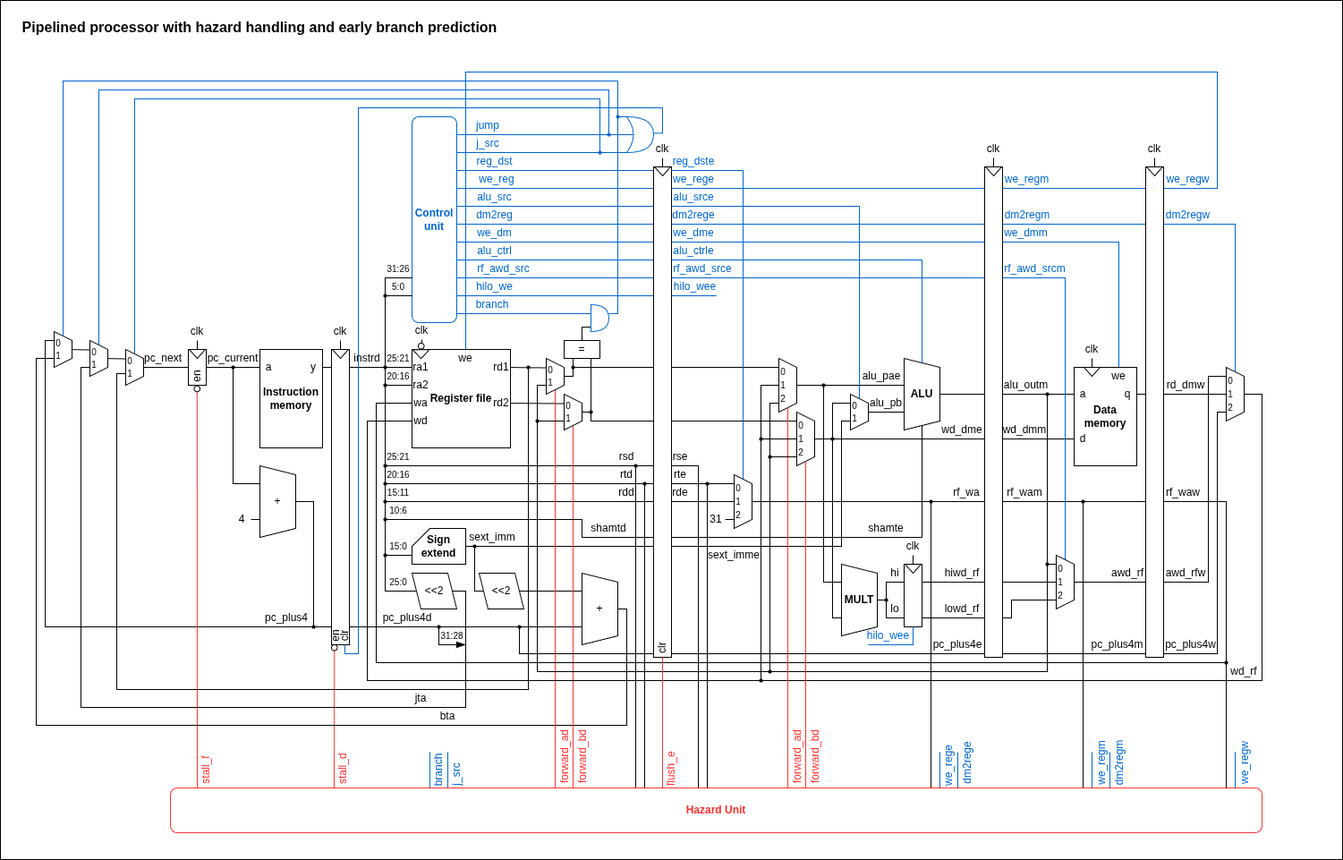
ahmadgaz/mips-processor keeps this draw.io diagram as doc/diagrams/07-hld.png. Above is the earlier version. Source tidied: cells renumbered, new cells last; positions are measured from the earlier drawing's top-left corner, leaving out a move shared by most shapes.
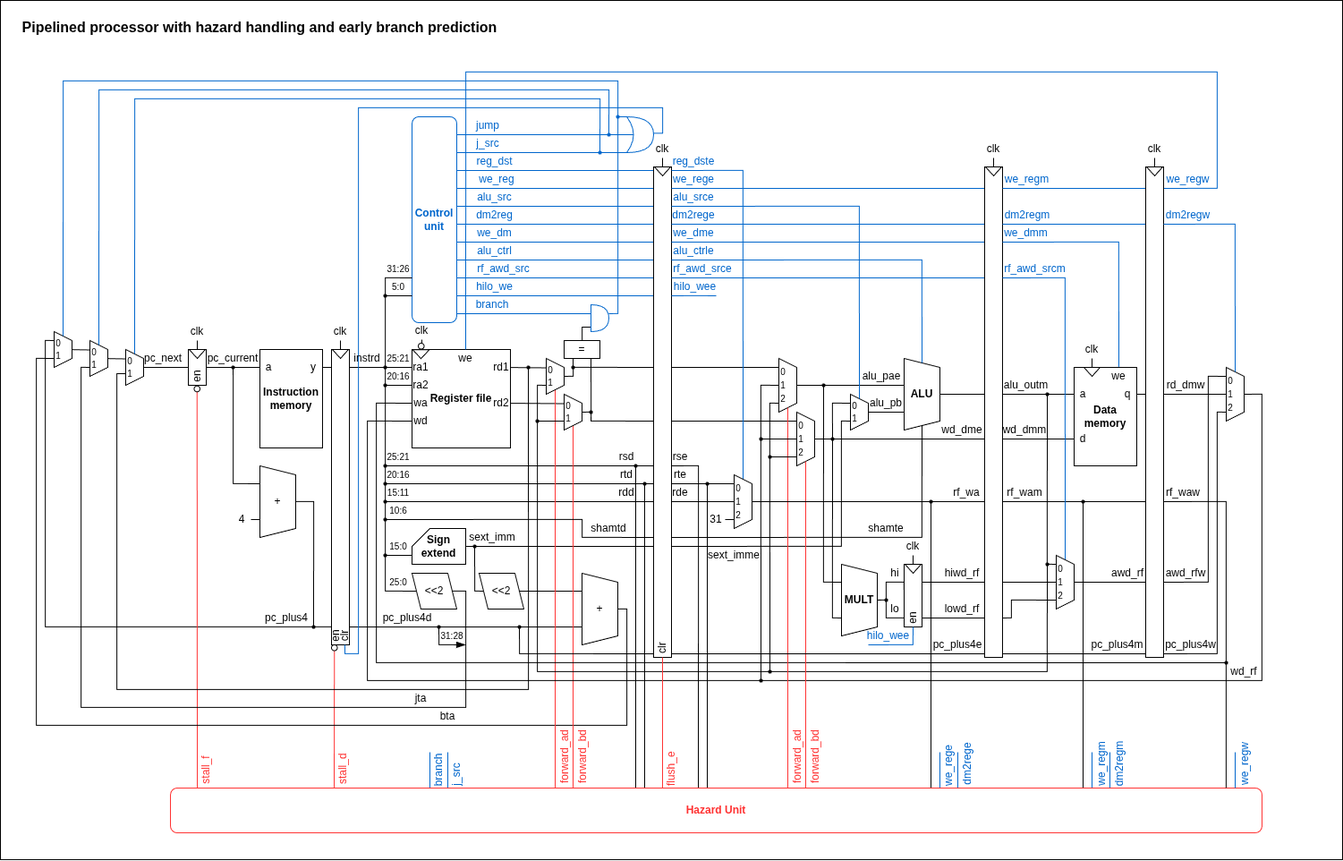
The same diagram one commit later.

Diff of the diagram source:
```diff
@@ -1580,5 +1580,8 @@
     <mxCell id="371" value="rd_dmw" style="text;html=1;align=center;verticalAlign=middle;whiteSpace=wrap;rounded=0;" parent="2" vertex="1">
       <mxGeometry x="1300" y="420" width="50" height="20" as="geometry" />
     </mxCell>
+    <mxCell id="372" value="en" style="text;html=1;align=center;verticalAlign=middle;whiteSpace=wrap;rounded=0;fontSize=12;rotation=270;" parent="2" vertex="1">
+      <mxGeometry x="1010" y="680" width="20" height="20" as="geometry" />
+    </mxCell>
   </root>
 </mxGraphModel>
```
